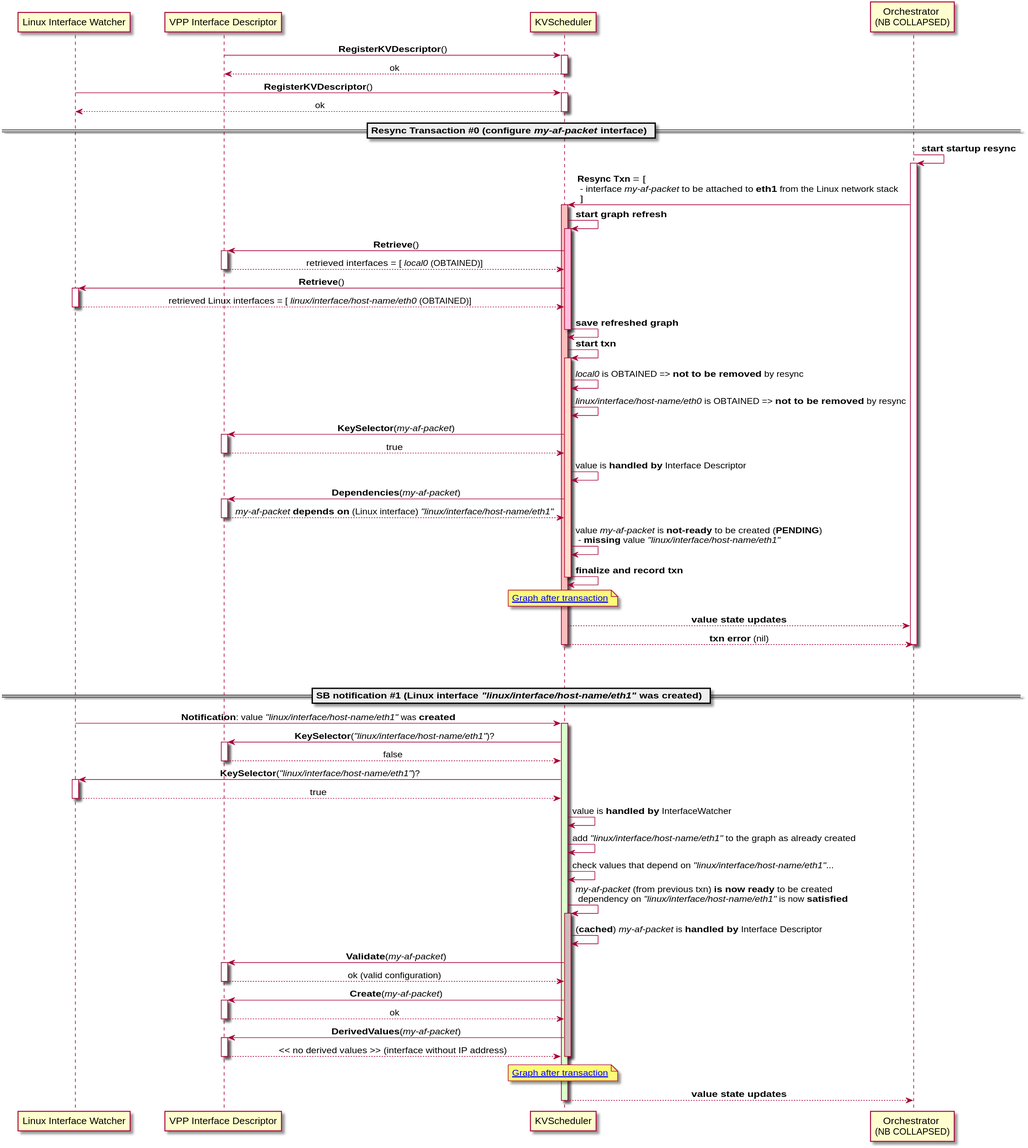
This is docs/kvscheduler/cfd/uml/add_af_packet_interface.svg from ligato/vpp-agent, a PlantUML export, as it was before one commit.
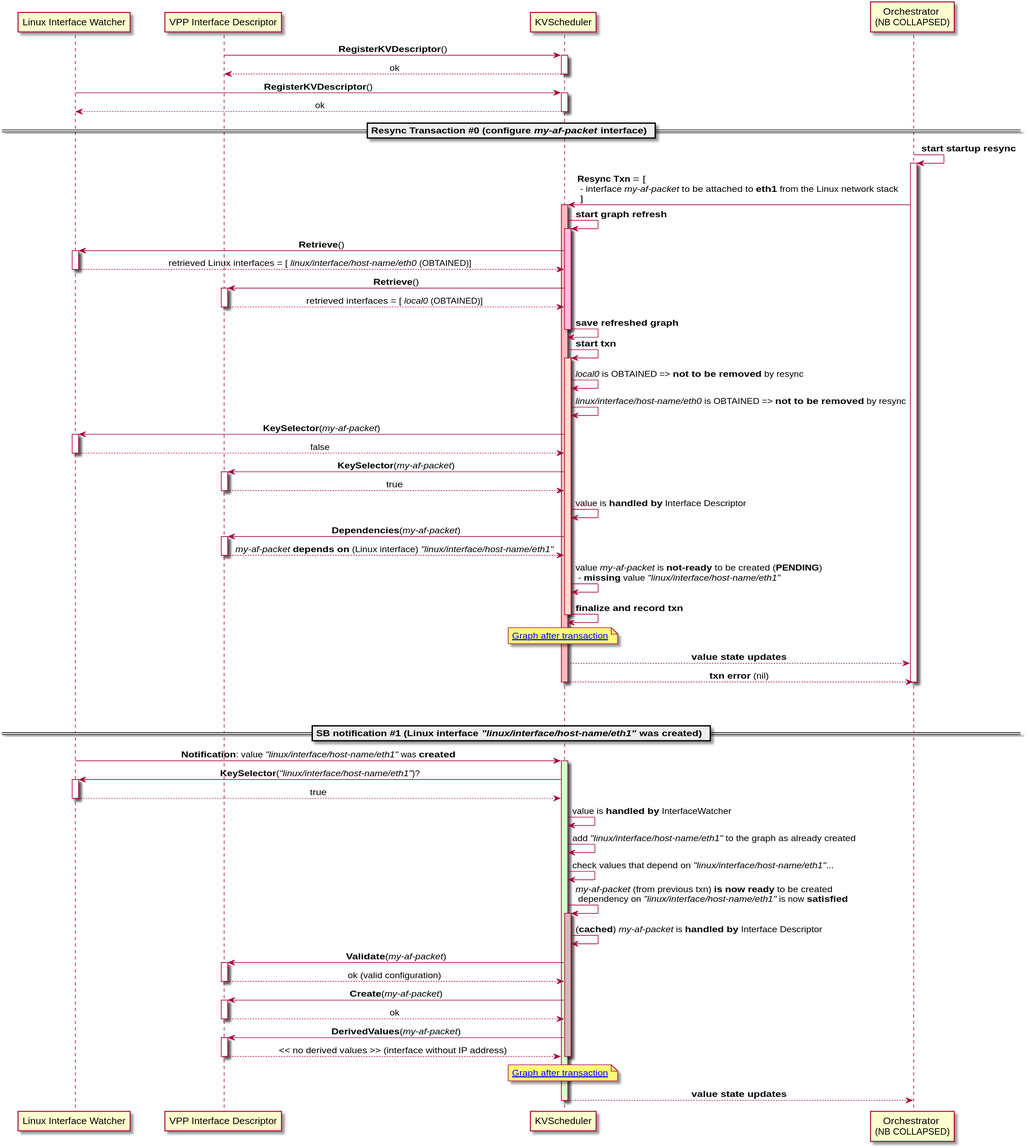
Above is the later version.

Diff of the diagram source:
```diff
@@ -27,14 +27,14 @@
 activate KVS  #FFBBBB
 KVS -> KVS: **start graph refresh**
  activate KVS  #FFBFDD
+  KVS -> IW: **Retrieve**()
+   activate IW
+    IW --> KVS: retrieved Linux interfaces = [ //linux/interface/host-name/eth0// (OBTAINED)]
+   deactivate IW
   KVS -> ID: **Retrieve**()
    activate ID
     ID --> KVS: retrieved interfaces = [ //local0// (OBTAINED)]
    deactivate ID
-  KVS -> IW: **Retrieve**()
-   activate IW
-    IW --> KVS: retrieved Linux interfaces = [ //linux/interface/host-name/eth0// (OBTAINED)]
-   deactivate IW
   KVS -> KVS: **save refreshed graph**
  deactivate KVS
 
@@ -42,6 +42,10 @@
   activate KVS  #FFDDCC
    KVS -> KVS: //local0// is OBTAINED => **not to be removed** by resync
    KVS -> KVS: //linux/interface/host-name/eth0// is OBTAINED => **not to be removed** by resync
+   KVS -> IW: **KeySelector**(//my-af-packet//)
+    activate IW
+     IW --> KVS: false
+    deactivate IW
    KVS -> ID: **KeySelector**(//my-af-packet//)
     activate ID
      ID --> KVS: true
@@ -71,10 +75,6 @@
 IW -> KVS: **Notification**: value //"linux/interface/host-name/eth1"// was **created**
  activate KVS #DDFFCC
 
-   KVS -> ID: **KeySelector**(//"linux/interface/host-name/eth1"//)?
-    activate ID
-     ID --> KVS: false
-    deactivate ID
    KVS -> IW: **KeySelector**(//"linux/interface/host-name/eth1"//)?
     activate IW
      IW --> KVS: true
```
